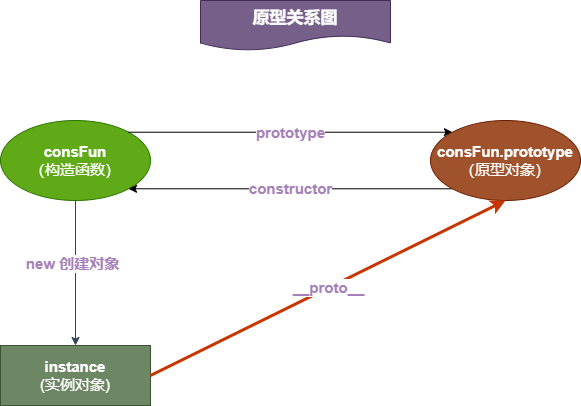
Before: 未命名绘图.drawio.png, a diagram exported from draw.io (arrayListTwo/draw). Source tidied: cells renumbered, new cells last; positions are measured from the earlier drawing's top-left corner, leaving out a move shared by most shapes. The source it was exported from:
```xml
<mxGraphModel>
  <root>
    <mxCell id="0" />
    <mxCell id="1" parent="0" />
    <mxCell id="2" value="&lt;font color=&quot;#ffffff&quot; style=&quot;font-size: 15px;&quot;&gt;&lt;b style=&quot;&quot;&gt;consFun&lt;/b&gt;&lt;br&gt;（构造函数）&lt;/font&gt;" style="ellipse;whiteSpace=wrap;html=1;fillStyle=auto;fillColor=#60a917;fontColor=#ffffff;strokeColor=#2D7600;" parent="1" vertex="1">
      <mxGeometry y="120" width="150" height="80" as="geometry" />
    </mxCell>
    <mxCell id="3" value="&lt;font color=&quot;#ffffff&quot;&gt;&lt;b&gt;instance&lt;/b&gt;&lt;br&gt;(实例对象)&lt;/font&gt;" style="rounded=0;whiteSpace=wrap;html=1;fillStyle=auto;fontSize=15;fontColor=#ffffff;fillColor=#6d8764;strokeColor=#3A5431;" parent="1" vertex="1">
      <mxGeometry y="345" width="150" height="60" as="geometry" />
    </mxCell>
    <mxCell id="4" style="endArrow=classic;html=1;rounded=0;fontSize=15;fontColor=#000000;exitX=0.5;exitY=1;exitDx=0;exitDy=0;fillColor=#647687;strokeColor=#314354;" parent="1" edge="1" source="2" target="3">
      <mxGeometry relative="1" as="geometry" />
    </mxCell>
    <mxCell id="5" value="new 创建对象" style="edgeLabel;html=1;align=center;verticalAlign=middle;fontSize=15;fontColor=#A680B8;fontStyle=1;" parent="4" vertex="1">
      <mxGeometry x="-0.14" y="-4" relative="1" as="geometry" />
    </mxCell>
    <mxCell id="6" value="&lt;font color=&quot;#a680b8&quot;&gt;&lt;b&gt;constructor&lt;/b&gt;&lt;/font&gt;" style="endArrow=classic;html=1;rounded=0;fontSize=15;fontColor=#000000;entryX=1;entryY=1;entryDx=0;entryDy=0;exitX=0;exitY=1;exitDx=0;exitDy=0;" parent="1" edge="1" source="8" target="2">
      <mxGeometry relative="1" as="geometry" />
    </mxCell>
    <mxCell id="7" value="&lt;b&gt;prototype&lt;/b&gt;" style="endArrow=classic;html=1;rounded=0;fontSize=15;fontColor=#A680B8;entryX=0;entryY=0;entryDx=0;entryDy=0;exitX=1;exitY=0;exitDx=0;exitDy=0;" parent="1" edge="1" source="2" target="8">
      <mxGeometry relative="1" as="geometry" />
    </mxCell>
    <mxCell id="8" value="&lt;span style=&quot;color: rgb(255, 255, 255); font-size: 15px;&quot;&gt;&lt;b&gt;consFun.prototype&lt;/b&gt;&lt;/span&gt;&lt;br style=&quot;color: rgb(255, 255, 255); font-size: 15px;&quot;&gt;&lt;span style=&quot;color: rgb(255, 255, 255); font-size: 15px;&quot;&gt;（原型对象）&lt;/span&gt;" style="ellipse;whiteSpace=wrap;html=1;fillStyle=auto;fillColor=#a0522d;fontColor=#ffffff;strokeColor=#6D1F00;" parent="1" vertex="1">
      <mxGeometry x="430" y="120" width="150" height="80" as="geometry" />
    </mxCell>
    <mxCell id="9" value="&lt;b&gt;__proto__&lt;/b&gt;" style="endArrow=classic;html=1;rounded=0;fontSize=15;fontColor=#A680B8;exitX=1;exitY=0.5;exitDx=0;exitDy=0;entryX=0.5;entryY=1;entryDx=0;entryDy=0;strokeWidth=3;fillColor=#fa6800;strokeColor=#C73500;" parent="1" edge="1" source="3" target="8">
      <mxGeometry relative="1" as="geometry" />
    </mxCell>
    <mxCell id="10" value="&lt;b&gt;&lt;font style=&quot;font-size: 17px;&quot;&gt;原型关系图&lt;/font&gt;&lt;/b&gt;" style="shape=document;whiteSpace=wrap;html=1;boundedLbl=1;fillStyle=auto;fontSize=15;fontColor=#ffffff;fillColor=#76608a;strokeColor=#432D57;" parent="1" vertex="1">
      <mxGeometry x="200" width="190" height="50" as="geometry" />
    </mxCell>
  </root>
</mxGraphModel>
```
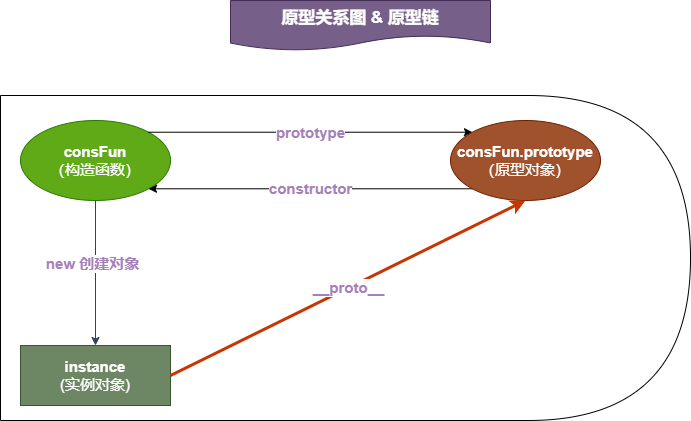
The same diagram one commit later.

Commit message:
更新未命名绘图.drawio.png

What changed in the source:
```diff
@@ -2,6 +2,9 @@
   <root>
     <mxCell id="0" />
     <mxCell id="1" parent="0" />
+    <mxCell id="11" style="shape=delay;whiteSpace=wrap;html=1;fillColor=none;" parent="1" vertex="1">
+      <mxGeometry x="-20" y="95" width="690" height="325" as="geometry" />
+    </mxCell>
     <mxCell id="2" value="&lt;font color=&quot;#ffffff&quot; style=&quot;font-size: 15px;&quot;&gt;&lt;b style=&quot;&quot;&gt;consFun&lt;/b&gt;&lt;br&gt;（构造函数）&lt;/font&gt;" style="ellipse;whiteSpace=wrap;html=1;fillStyle=auto;fillColor=#60a917;fontColor=#ffffff;strokeColor=#2D7600;" parent="1" vertex="1">
       <mxGeometry y="120" width="150" height="80" as="geometry" />
     </mxCell>
@@ -26,8 +29,8 @@
     <mxCell id="9" value="&lt;b&gt;__proto__&lt;/b&gt;" style="endArrow=classic;html=1;rounded=0;fontSize=15;fontColor=#A680B8;exitX=1;exitY=0.5;exitDx=0;exitDy=0;entryX=0.5;entryY=1;entryDx=0;entryDy=0;strokeWidth=3;fillColor=#fa6800;strokeColor=#C73500;" parent="1" edge="1" source="3" target="8">
       <mxGeometry relative="1" as="geometry" />
     </mxCell>
-    <mxCell id="10" value="&lt;b&gt;&lt;font style=&quot;font-size: 17px;&quot;&gt;原型关系图&lt;/font&gt;&lt;/b&gt;" style="shape=document;whiteSpace=wrap;html=1;boundedLbl=1;fillStyle=auto;fontSize=15;fontColor=#ffffff;fillColor=#76608a;strokeColor=#432D57;" parent="1" vertex="1">
-      <mxGeometry x="200" width="190" height="50" as="geometry" />
+    <mxCell id="10" value="&lt;b&gt;&lt;font style=&quot;font-size: 17px;&quot;&gt;原型关系图 &amp;amp; 原型链&lt;/font&gt;&lt;/b&gt;" style="shape=document;whiteSpace=wrap;html=1;boundedLbl=1;fillStyle=auto;fontSize=15;fontColor=#ffffff;fillColor=#76608a;strokeColor=#432D57;" parent="1" vertex="1">
+      <mxGeometry x="210" width="260" height="50" as="geometry" />
     </mxCell>
   </root>
 </mxGraphModel>
```
